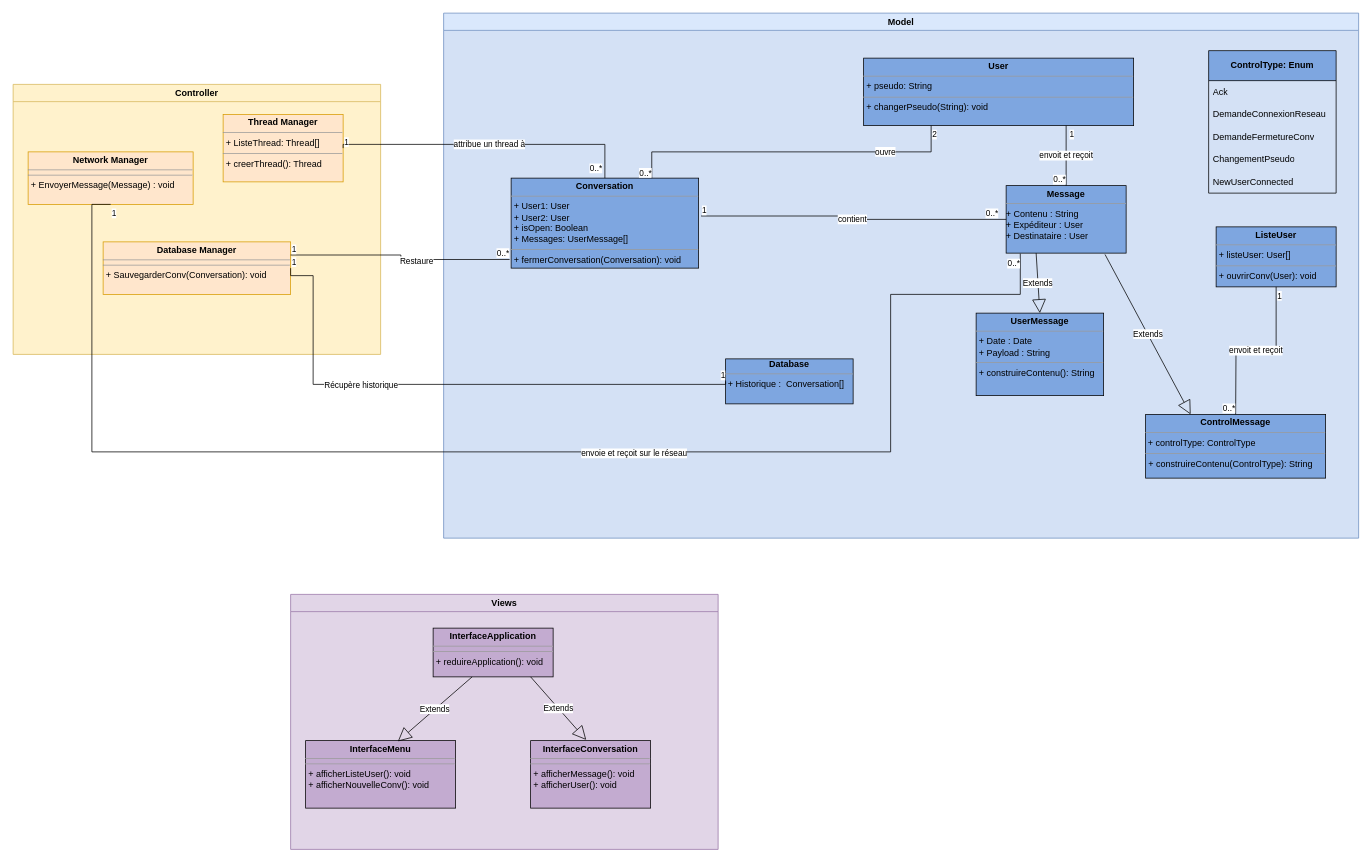
Newglear/UF_projet_java keeps this draw.io diagram as Projet/UML/versions modifiables/diagramme_de_classe.drawio. Above is the earlier version. Source tidied: cells renumbered, new cells numbered last; positions are measured from the earlier drawing's top-left corner, leaving out a move shared by most shapes. Both pictures are drawn from the tidied source at 75%, with x=0, y=0 at pixel (13, 13).
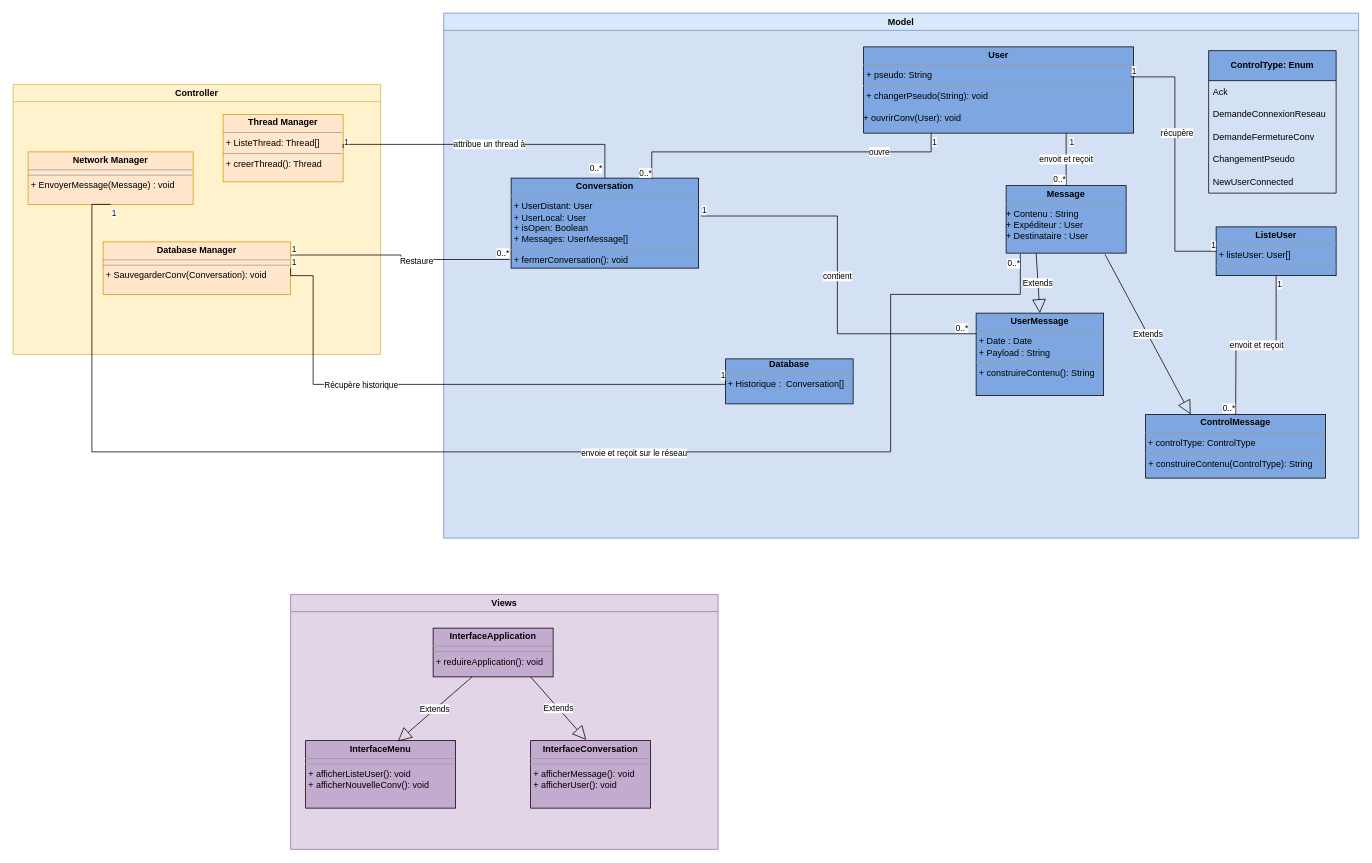
After the change.

The change refers to these unchanged cells:
```xml
<mxCell id="12" value="&lt;div&gt;Model&lt;/div&gt;" style="swimlane;whiteSpace=wrap;html=1;fillColor=#dae8fc;strokeColor=#6c8ebf;swimlaneFillColor=#D4E1F5;" parent="1" vertex="1">
  <mxGeometry x="574" width="1220" height="700" as="geometry" />
</mxCell>
<mxCell id="13" value="&lt;p style=&quot;margin:0px;margin-top:4px;text-align:center;&quot;&gt;&lt;b&gt;Message&lt;/b&gt;&lt;br&gt;&lt;/p&gt;&lt;hr size=&quot;1&quot;&gt;&lt;div&gt;+ Contenu : String &lt;br&gt;&lt;/div&gt;&lt;div&gt;+ Expéditeur : User&lt;/div&gt;&lt;div&gt;+ Destinataire : User&lt;br&gt;&lt;/div&gt;" style="verticalAlign=top;align=left;overflow=fill;fontSize=12;fontFamily=Helvetica;html=1;fillColor=#7EA6E0;" parent="12" vertex="1">
  <mxGeometry x="750" y="230" width="160" height="90" as="geometry" />
</mxCell>
<mxCell id="19" style="endArrow=none;html=1;edgeStyle=orthogonalEdgeStyle;rounded=0;entryX=0.75;entryY=0;entryDx=0;entryDy=0;exitX=0.25;exitY=1;exitDx=0;exitDy=0;" parent="12" edge="1" source="18" target="14">
  <mxGeometry relative="1" as="geometry">
    <Array as="points">
      <mxPoint x="650" y="185" />
      <mxPoint x="278" y="185" />
      <mxPoint x="278" y="220" />
    </Array>
  </mxGeometry>
</mxCell>
<mxCell id="23" value="&lt;p style=&quot;margin:0px;margin-top:4px;text-align:center;&quot;&gt;&lt;b&gt;UserMessage&lt;/b&gt;&lt;br&gt;&lt;/p&gt;&lt;hr size=&quot;1&quot;&gt;&lt;p style=&quot;margin:0px;margin-left:4px;&quot;&gt;+ Date : Date &lt;br&gt;&lt;/p&gt;&lt;p style=&quot;margin:0px;margin-left:4px;&quot;&gt;+ Payload : String&lt;/p&gt;&lt;hr size=&quot;1&quot;&gt;&lt;p style=&quot;margin:0px;margin-left:4px;&quot;&gt;+ construireContenu(): String&lt;br&gt;&lt;/p&gt;" style="verticalAlign=top;align=left;overflow=fill;fontSize=12;fontFamily=Helvetica;html=1;fillColor=#7EA6E0;" parent="12" vertex="1">
  <mxGeometry x="710" y="400" width="170" height="110" as="geometry" />
</mxCell>
```

The edit, as a diff of the source:
```diff
@@
-    <mxCell id="14" value="&lt;p style=&quot;margin:0px;margin-top:4px;text-align:center;&quot;&gt;&lt;b&gt;Conversation&lt;/b&gt;&lt;/p&gt;&lt;hr size=&quot;1&quot;&gt;&lt;p style=&quot;margin:0px;margin-left:4px;&quot;&gt;+ User1: User&lt;/p&gt;&lt;p style=&quot;margin:0px;margin-left:4px;&quot;&gt;+ User2: User&lt;/p&gt;&lt;p style=&quot;margin:0px;margin-left:4px;&quot;&gt;+ isOpen: Boolean&lt;/p&gt;&lt;p style=&quot;margin:0px;margin-left:4px;&quot;&gt;+ Messages: UserMessage[]&lt;br&gt;&lt;/p&gt;&lt;hr size=&quot;1&quot;&gt;&lt;p style=&quot;margin:0px;margin-left:4px;&quot;&gt;+ fermerConversation(Conversation): void&lt;/p&gt;" style="verticalAlign=top;align=left;overflow=fill;fontSize=12;fontFamily=Helvetica;html=1;fillColor=#7EA6E0;" parent="12" vertex="1">
+    <mxCell id="14" value="&lt;p style=&quot;margin:0px;margin-top:4px;text-align:center;&quot;&gt;&lt;b&gt;Conversation&lt;/b&gt;&lt;/p&gt;&lt;hr size=&quot;1&quot;&gt;&lt;p style=&quot;margin:0px;margin-left:4px;&quot;&gt;+ UserDistant: User&lt;/p&gt;&lt;p style=&quot;margin:0px;margin-left:4px;&quot;&gt;+ UserLocal: User&lt;br&gt;&lt;/p&gt;&lt;p style=&quot;margin:0px;margin-left:4px;&quot;&gt;+ isOpen: Boolean&lt;/p&gt;&lt;p style=&quot;margin:0px;margin-left:4px;&quot;&gt;+ Messages: UserMessage[]&lt;br&gt;&lt;/p&gt;&lt;hr size=&quot;1&quot;&gt;&lt;p style=&quot;margin:0px;margin-left:4px;&quot;&gt;+ fermerConversation(): void&lt;/p&gt;" style="verticalAlign=top;align=left;overflow=fill;fontSize=12;fontFamily=Helvetica;html=1;fillColor=#7EA6E0;" parent="12" vertex="1">
       <mxGeometry x="90" y="220" width="250" height="120" as="geometry" />
     </mxCell>
-    <mxCell id="15" value="contient" style="endArrow=none;html=1;edgeStyle=orthogonalEdgeStyle;rounded=0;entryX=0;entryY=0.5;entryDx=0;entryDy=0;exitX=1.013;exitY=0.421;exitDx=0;exitDy=0;exitPerimeter=0;" parent="12" edge="1" source="14" target="13">
+    <mxCell id="15" value="contient" style="endArrow=none;html=1;edgeStyle=orthogonalEdgeStyle;rounded=0;entryX=0;entryY=0.25;entryDx=0;entryDy=0;exitX=1.013;exitY=0.421;exitDx=0;exitDy=0;exitPerimeter=0;" parent="12" edge="1" source="14" target="23">
       <mxGeometry relative="1" as="geometry" />
     </mxCell>
@@
-    <mxCell id="18" value="&lt;p style=&quot;margin:0px;margin-top:4px;text-align:center;&quot;&gt;&lt;b&gt;User&lt;/b&gt;&lt;/p&gt;&lt;hr size=&quot;1&quot;&gt;&lt;p style=&quot;margin:0px;margin-left:4px;&quot;&gt;+ pseudo: String&lt;/p&gt;&lt;hr size=&quot;1&quot;&gt;&lt;p style=&quot;margin:0px;margin-left:4px;&quot;&gt;+ changerPseudo(String): void&lt;br&gt;&lt;/p&gt;" style="verticalAlign=top;align=left;overflow=fill;fontSize=12;fontFamily=Helvetica;html=1;fillColor=#7EA6E0;" parent="12" vertex="1">
-      <mxGeometry x="560" y="60" width="360" height="90" as="geometry" />
+    <mxCell id="18" value="&lt;p style=&quot;margin:0px;margin-top:4px;text-align:center;&quot;&gt;&lt;b&gt;User&lt;/b&gt;&lt;/p&gt;&lt;hr size=&quot;1&quot;&gt;&lt;p style=&quot;margin:0px;margin-left:4px;&quot;&gt;+ pseudo: String&lt;/p&gt;&lt;hr size=&quot;1&quot;&gt;&lt;p style=&quot;margin:0px;margin-left:4px;&quot;&gt;+ changerPseudo(String): void&lt;br&gt;&lt;/p&gt;&lt;div&gt;&lt;br&gt;&lt;/div&gt;&lt;div&gt;+ ouvrirConv(User): void&lt;/div&gt;" style="verticalAlign=top;align=left;overflow=fill;fontSize=12;fontFamily=Helvetica;html=1;fillColor=#7EA6E0;" parent="12" vertex="1">
+      <mxGeometry x="560" y="45" width="360" height="115" as="geometry" />
     </mxCell>
@@
-    <mxCell id="20" value="2" style="edgeLabel;html=1;align=left;verticalAlign=bottom;" parent="19" vertex="1">
+    <mxCell id="20" value="1" style="edgeLabel;html=1;align=left;verticalAlign=bottom;" parent="19" vertex="1">
       <mxGeometry x="-1" relative="1" as="geometry">
         <mxPoint y="20" as="offset" />
       </mxGeometry>
     </mxCell>
@@
-    <mxCell id="34" value="&lt;p style=&quot;margin:0px;margin-top:4px;text-align:center;&quot;&gt;&lt;b&gt;ListeUser&lt;/b&gt;&lt;br&gt;&lt;/p&gt;&lt;hr size=&quot;1&quot;&gt;&lt;p style=&quot;margin:0px;margin-left:4px;&quot;&gt;+ listeUser: User[]&lt;br&gt;&lt;/p&gt;&lt;hr size=&quot;1&quot;&gt;&lt;p style=&quot;margin:0px;margin-left:4px;&quot;&gt;+ ouvrirConv(User): void&lt;br&gt;&lt;/p&gt;" style="verticalAlign=top;align=left;overflow=fill;fontSize=12;fontFamily=Helvetica;html=1;fillColor=#7EA6E0;" parent="12" vertex="1">
-      <mxGeometry x="1030" y="285" width="160" height="80" as="geometry" />
+    <mxCell id="34" value="&lt;p style=&quot;margin:0px;margin-top:4px;text-align:center;&quot;&gt;&lt;b&gt;ListeUser&lt;/b&gt;&lt;br&gt;&lt;/p&gt;&lt;hr size=&quot;1&quot;&gt;&lt;p style=&quot;margin:0px;margin-left:4px;&quot;&gt;+ listeUser: User[]&lt;br&gt;&lt;/p&gt;&lt;hr size=&quot;1&quot;&gt;&lt;p style=&quot;margin:0px;margin-left:4px;&quot;&gt;&lt;br&gt;&lt;/p&gt;" style="verticalAlign=top;align=left;overflow=fill;fontSize=12;fontFamily=Helvetica;html=1;fillColor=#7EA6E0;" parent="12" vertex="1">
+      <mxGeometry x="1030" y="285" width="160" height="65" as="geometry" />
     </mxCell>
@@
+    <mxCell id="56" style="endArrow=none;html=1;edgeStyle=orthogonalEdgeStyle;rounded=0;entryX=0;entryY=0.5;entryDx=0;entryDy=0;exitX=0.989;exitY=0.348;exitDx=0;exitDy=0;exitPerimeter=0;" parent="12" edge="1" source="18" target="34">
+      <mxGeometry relative="1" as="geometry" />
+    </mxCell>
+    <mxCell id="57" value="1" style="edgeLabel;html=1;align=left;verticalAlign=bottom;" parent="56" vertex="1">
+      <mxGeometry x="-1" relative="1" as="geometry" />
+    </mxCell>
+    <mxCell id="58" value="1" style="edgeLabel;html=1;align=right;verticalAlign=bottom;" parent="56" vertex="1">
+      <mxGeometry x="1" relative="1" as="geometry" />
+    </mxCell>
+    <mxCell id="59" value="récupère" style="edgeLabel;html=1;align=center;verticalAlign=middle;" parent="56" vertex="1">
+      <mxGeometry x="-0.23" y="2" relative="1" as="geometry" />
+    </mxCell>
```
